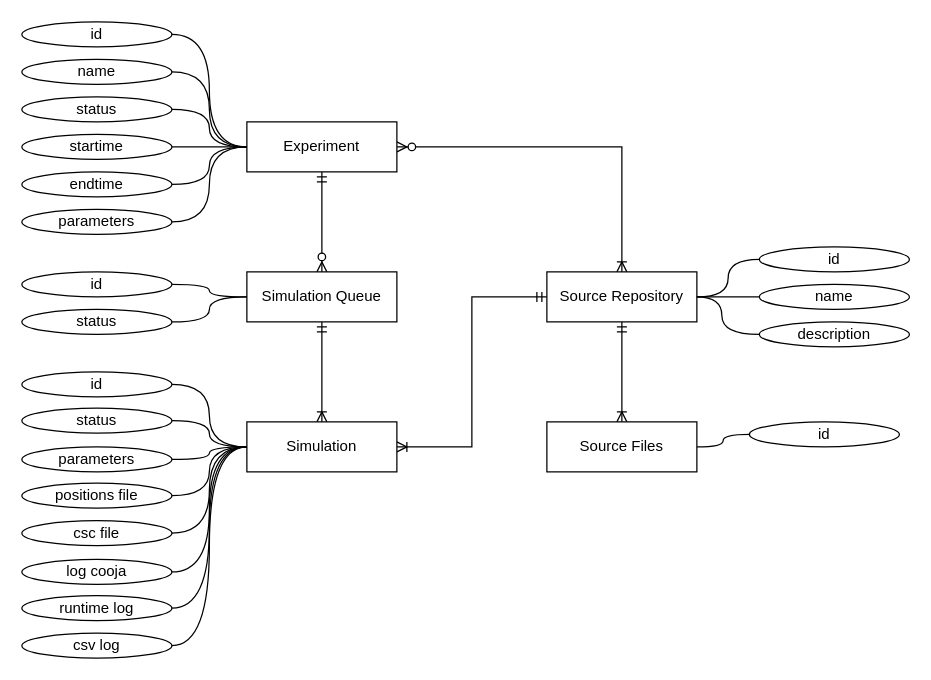
JunioCesarFerreira/Cooja-MO-SimLab keeps this draw.io diagram as page "ER" (4 of 6) of docs/diagrams.drawio. Above is the earlier version. Source tidied: cells renumbered, new cells numbered last; positions are measured from the earlier drawing's top-left corner, leaving out a move shared by most shapes. Both pictures are drawn from the tidied source at 125%, with x=0, y=0 at pixel (21, 21).
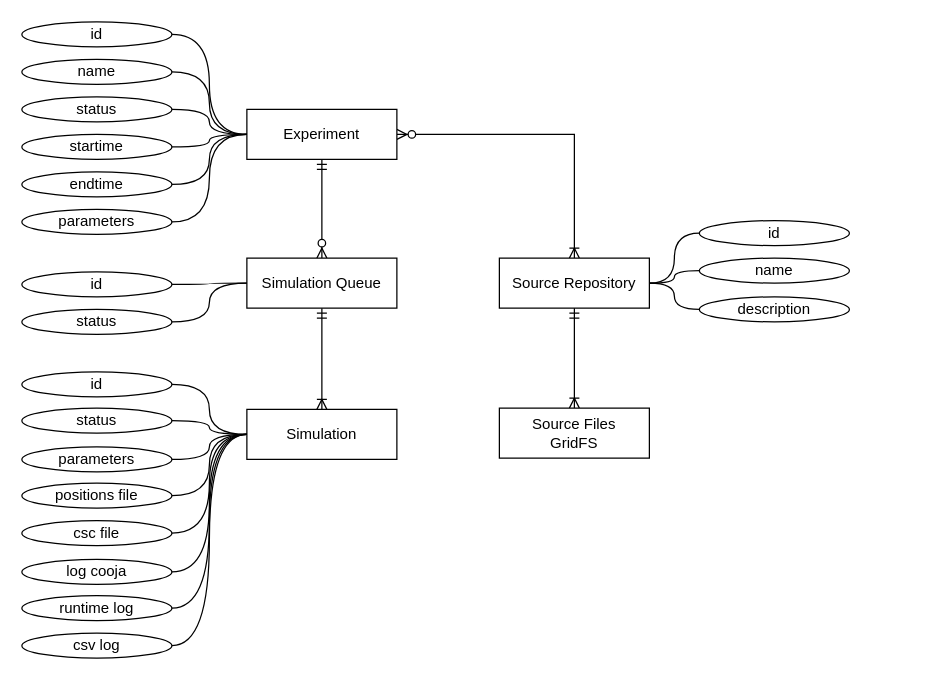
The same page after the edit.

Change to the diagram source:
```diff
@@
     <mxCell id="3" value="Experiment" style="rounded=0;whiteSpace=wrap;html=1;" parent="1" vertex="1">
-      <mxGeometry x="180" y="80" width="120" height="40" as="geometry" />
+      <mxGeometry x="180" y="70" width="120" height="40" as="geometry" />
     </mxCell>
@@
-    <mxCell id="5" style="edgeStyle=orthogonalEdgeStyle;rounded=0;jettySize=auto;html=1;exitX=1;exitY=0.5;exitDx=0;exitDy=0;entryX=0;entryY=0.5;entryDx=0;entryDy=0;startArrow=ERoneToMany;startFill=0;endArrow=ERmandOne;endFill=0;" parent="1" edge="1" source="6" target="39">
-      <mxGeometry relative="1" as="geometry" />
-    </mxCell>
     <mxCell id="6" value="Simulation" style="rounded=0;whiteSpace=wrap;html=1;" parent="1" vertex="1">
-      <mxGeometry x="180" y="320" width="120" height="40" as="geometry" />
+      <mxGeometry x="180" y="310" width="120" height="40" as="geometry" />
     </mxCell>
@@
     <mxCell id="20" value="Simulation Queue" style="rounded=0;whiteSpace=wrap;html=1;" parent="1" vertex="1">
-      <mxGeometry x="180" y="200" width="120" height="40" as="geometry" />
+      <mxGeometry x="180" y="189" width="120" height="40" as="geometry" />
     </mxCell>
@@
     <mxCell id="39" value="Source Repository" style="rounded=0;whiteSpace=wrap;html=1;" parent="1" vertex="1">
-      <mxGeometry x="420" y="200" width="120" height="40" as="geometry" />
+      <mxGeometry x="382" y="189" width="120" height="40" as="geometry" />
     </mxCell>
-    <mxCell id="40" style="edgeStyle=orthogonalEdgeStyle;curved=1;rounded=0;jettySize=auto;html=1;exitX=0;exitY=0.5;exitDx=0;exitDy=0;entryX=1;entryY=0.5;entryDx=0;entryDy=0;endArrow=none;endFill=0;" parent="1" edge="1" source="41" target="39">
+    <mxCell id="40" style="edgeStyle=orthogonalEdgeStyle;rounded=0;jettySize=auto;html=1;exitX=0;exitY=0.5;exitDx=0;exitDy=0;entryX=1;entryY=0.5;entryDx=0;entryDy=0;startArrow=none;startFill=0;endArrow=none;endFill=0;curved=1;" parent="1" edge="1" source="41" target="39">
       <mxGeometry relative="1" as="geometry" />
     </mxCell>
     <mxCell id="41" value="id" style="ellipse;whiteSpace=wrap;html=1;" parent="1" vertex="1">
-      <mxGeometry x="590" y="180" width="120" height="20" as="geometry" />
+      <mxGeometry x="542" y="159" width="120" height="20" as="geometry" />
     </mxCell>
@@
-    <mxCell id="43" value="Source Files" style="rounded=0;whiteSpace=wrap;html=1;" parent="1" vertex="1">
-      <mxGeometry x="420" y="320" width="120" height="40" as="geometry" />
+    <mxCell id="43" value="Source Files&lt;br&gt;GridFS" style="rounded=0;whiteSpace=wrap;html=1;" parent="1" vertex="1">
+      <mxGeometry x="382" y="309" width="120" height="40" as="geometry" />
     </mxCell>
-    <mxCell id="44" style="edgeStyle=orthogonalEdgeStyle;curved=1;rounded=0;jettySize=auto;html=1;exitX=0;exitY=0.5;exitDx=0;exitDy=0;entryX=1;entryY=0.5;entryDx=0;entryDy=0;endArrow=none;endFill=0;" parent="1" edge="1" source="45" target="39">
+    <mxCell id="44" style="edgeStyle=orthogonalEdgeStyle;curved=1;rounded=0;jettySize=auto;html=1;exitX=0;exitY=0.5;exitDx=0;exitDy=0;entryX=1;entryY=0.5;entryDx=0;entryDy=0;startFill=0;endArrow=none;endFill=0;" parent="1" edge="1" source="45" target="39">
       <mxGeometry relative="1" as="geometry" />
     </mxCell>
     <mxCell id="45" value="name" style="ellipse;whiteSpace=wrap;html=1;" parent="1" vertex="1">
-      <mxGeometry x="590" y="210" width="120" height="20" as="geometry" />
+      <mxGeometry x="542" y="189" width="120" height="20" as="geometry" />
     </mxCell>
-    <mxCell id="46" style="edgeStyle=orthogonalEdgeStyle;curved=1;rounded=0;jettySize=auto;html=1;exitX=0;exitY=0.5;exitDx=0;exitDy=0;endArrow=none;endFill=0;entryX=1;entryY=0.5;entryDx=0;entryDy=0;" parent="1" edge="1" source="47" target="39">
-      <mxGeometry relative="1" as="geometry">
-        <Array as="points">
-          <mxPoint x="560" y="250" />
-          <mxPoint x="560" y="220" />
-        </Array>
-      </mxGeometry>
+    <mxCell id="46" style="edgeStyle=orthogonalEdgeStyle;curved=1;rounded=0;jettySize=auto;html=1;exitX=0;exitY=0.5;exitDx=0;exitDy=0;entryX=1;entryY=0.5;entryDx=0;entryDy=0;startFill=0;endArrow=none;endFill=0;" parent="1" edge="1" source="47" target="39">
+      <mxGeometry relative="1" as="geometry" />
     </mxCell>
     <mxCell id="47" value="description" style="ellipse;whiteSpace=wrap;html=1;" parent="1" vertex="1">
-      <mxGeometry x="590" y="240" width="120" height="20" as="geometry" />
+      <mxGeometry x="542" y="220" width="120" height="20" as="geometry" />
     </mxCell>
@@
-    <mxCell id="50" style="edgeStyle=orthogonalEdgeStyle;curved=1;rounded=0;jettySize=auto;html=1;exitX=0;exitY=0.5;exitDx=0;exitDy=0;endArrow=none;endFill=0;entryX=1;entryY=0.5;entryDx=0;entryDy=0;" parent="1" edge="1" source="51" target="43">
-      <mxGeometry relative="1" as="geometry" />
-    </mxCell>
-    <mxCell id="51" value="id" style="ellipse;whiteSpace=wrap;html=1;" parent="1" vertex="1">
-      <mxGeometry x="582" y="320" width="120" height="20" as="geometry" />
-    </mxCell>
```
